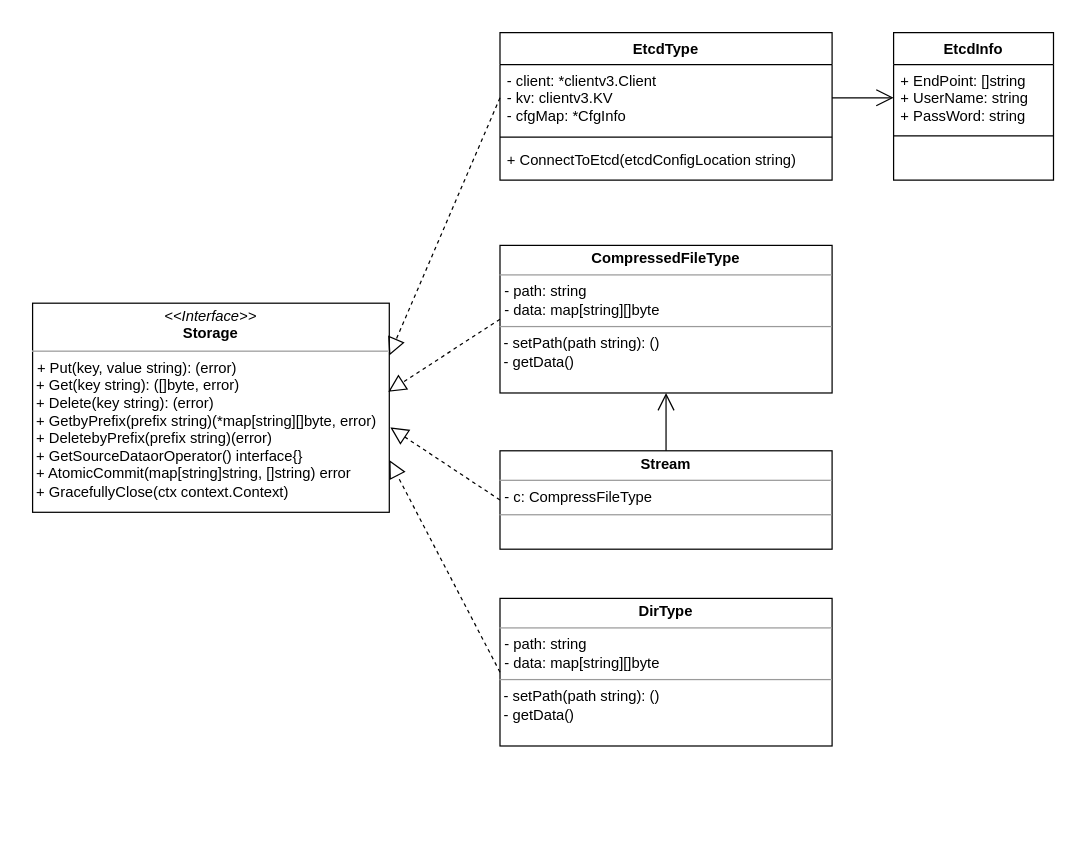
Earlier version of the draw.io diagram page "存储模块" (2 of 18) of docs/details/drawiofiles/概设原始图.drawio (dalgorithm-bastar/configer). Source tidied: cells renumbered, new cells numbered last; positions are measured from the earlier drawing's top-left corner, leaving out a move shared by most shapes. Both pictures are drawn from the tidied source at 123%, with x=0, y=0 at pixel (32, 32).
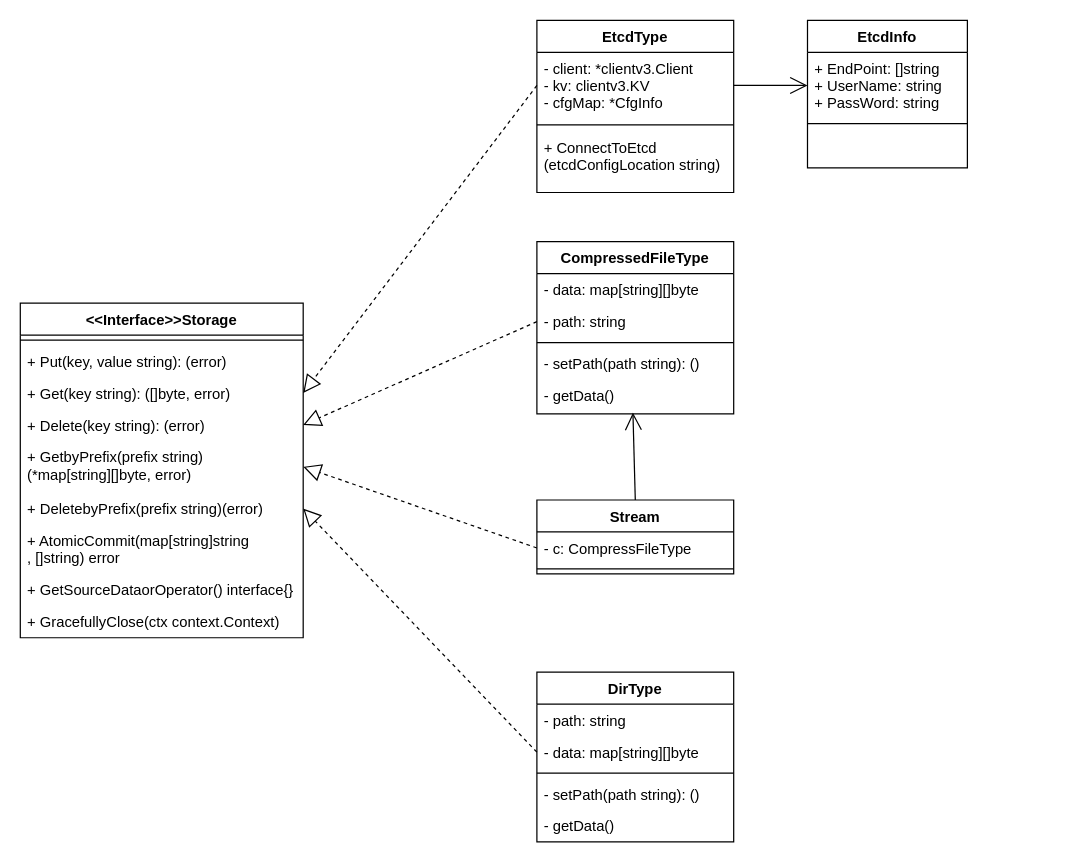
Above is the later version.

Change to the diagram source:
```diff
@@
     <mxCell id="2" value="EtcdType" style="swimlane;fontStyle=1;align=center;verticalAlign=top;horizontal=1;startSize=26;" parent="1" vertex="1">
-      <mxGeometry x="380" width="270" height="120" as="geometry" />
+      <mxGeometry x="410" y="-10" width="160" height="140" as="geometry" />
     </mxCell>
     <mxCell id="3" value="- client: *clientv3.Client&#10;- kv: clientv3.KV &#10;- cfgMap: *CfgInfo" style="text;strokeColor=none;fillColor=none;align=left;verticalAlign=top;spacingLeft=4;spacingRight=4;overflow=hidden;points=[[0,0.5],[1,0.5]];portConstraint=eastwest;" parent="2" vertex="1">
-      <mxGeometry y="26" width="270" height="54" as="geometry" />
+      <mxGeometry y="26" width="160" height="54" as="geometry" />
     </mxCell>
     <mxCell id="4" style="line;strokeWidth=1;fillColor=none;align=left;verticalAlign=middle;spacingTop=-1;spacingLeft=3;spacingRight=3;labelPosition=right;" parent="2" vertex="1">
-      <mxGeometry y="80" width="270" height="10" as="geometry" />
+      <mxGeometry y="80" width="160" height="10" as="geometry" />
     </mxCell>
-    <mxCell id="5" value="+ ConnectToEtcd(etcdConfigLocation string)" style="text;strokeColor=none;fillColor=none;align=left;verticalAlign=top;spacingLeft=4;spacingRight=4;overflow=hidden;" parent="2" vertex="1">
-      <mxGeometry y="90" width="270" height="30" as="geometry" />
+    <mxCell id="5" value="+ ConnectToEtcd&#10;(etcdConfigLocation string)" style="text;strokeColor=none;fillColor=none;align=left;verticalAlign=top;spacingLeft=4;spacingRight=4;overflow=hidden;" parent="2" vertex="1">
+      <mxGeometry y="90" width="160" height="50" as="geometry" />
     </mxCell>
     <mxCell id="6" value="EtcdInfo" style="swimlane;fontStyle=1;align=center;verticalAlign=top;horizontal=1;startSize=26;" parent="1" vertex="1">
-      <mxGeometry x="700" width="130" height="120" as="geometry" />
+      <mxGeometry x="630" y="-10" width="130" height="120" as="geometry" />
     </mxCell>
@@
-    <mxCell id="11" value="&lt;p style=&quot;margin: 0px ; margin-top: 4px ; text-align: center&quot;&gt;&lt;i&gt;&amp;lt;&amp;lt;Interface&amp;gt;&amp;gt;&lt;/i&gt;&lt;br&gt;&lt;b&gt;Storage&lt;/b&gt;&lt;/p&gt;&lt;hr size=&quot;1&quot;&gt;&lt;p style=&quot;margin: 0px ; margin-left: 4px&quot;&gt;+ Put(key, value string): (error)&lt;br&gt;&lt;/p&gt;&amp;nbsp;+ Get(key string): ([]byte, error)&lt;br&gt;&amp;nbsp;+ Delete(key string): (error)&lt;br&gt;&amp;nbsp;+ GetbyPrefix(prefix string)(*map[string][]byte, error)&lt;br&gt;&amp;nbsp;+ DeletebyPrefix(prefix string)(error)&lt;br&gt;&lt;span&gt;&amp;nbsp;+ GetSourceDataorOperator&lt;/span&gt;&lt;span&gt;() &lt;/span&gt;&lt;span&gt;interface&lt;/span&gt;&lt;span&gt;{}&lt;br&gt;&lt;/span&gt;&lt;span&gt;&amp;nbsp;+ AtomicCommit&lt;/span&gt;&lt;span&gt;(&lt;/span&gt;&lt;span&gt;map&lt;/span&gt;&lt;span&gt;[&lt;/span&gt;&lt;span&gt;string&lt;/span&gt;&lt;span&gt;]&lt;/span&gt;&lt;span&gt;string, &lt;/span&gt;&lt;span&gt;[]&lt;/span&gt;&lt;span&gt;string&lt;/span&gt;&lt;span&gt;) &lt;/span&gt;&lt;span&gt;error&lt;br&gt;&lt;/span&gt;&lt;span&gt;&amp;nbsp;+ GracefullyClose&lt;/span&gt;&lt;span&gt;(ctx &lt;/span&gt;&lt;span&gt;context&lt;/span&gt;&lt;span&gt;.&lt;/span&gt;&lt;span&gt;Context&lt;/span&gt;&lt;span&gt;)&lt;/span&gt;&lt;span&gt;&lt;br&gt;&lt;/span&gt;" style="verticalAlign=top;align=left;overflow=fill;fontSize=12;fontFamily=Helvetica;html=1;" parent="1" vertex="1">
-      <mxGeometry y="220" width="290" height="170" as="geometry" />
-    </mxCell>
-    <mxCell id="12" value="&lt;p style=&quot;margin: 0px ; margin-top: 4px ; text-align: center&quot;&gt;&lt;b&gt;CompressedFileType&lt;/b&gt;&lt;/p&gt;&lt;hr size=&quot;1&quot;&gt;&lt;p style=&quot;margin: 0px ; margin-left: 4px&quot;&gt;- path: string&lt;/p&gt;&lt;p style=&quot;margin: 0px ; margin-left: 4px&quot;&gt;- data: map[string][]byte&lt;/p&gt;&lt;hr size=&quot;1&quot;&gt;&amp;nbsp;- setPath(path string): ()&lt;br&gt;&amp;nbsp;- getData()&lt;br&gt;&lt;p style=&quot;margin: 0px ; margin-left: 4px&quot;&gt;&lt;/p&gt;" style="verticalAlign=top;align=left;overflow=fill;fontSize=12;fontFamily=Helvetica;html=1;" parent="1" vertex="1">
-      <mxGeometry x="380" y="173" width="270" height="120" as="geometry" />
-    </mxCell>
-    <mxCell id="13" style="endArrow=block;dashed=1;endFill=0;endSize=12;html=1;exitX=0;exitY=0.5;exitDx=0;exitDy=0;entryX=0.997;entryY=0.424;entryDx=0;entryDy=0;entryPerimeter=0;" parent="1" edge="1" source="12" target="11">
+    <mxCell id="13" style="endArrow=block;dashed=1;endFill=0;endSize=12;html=1;exitX=0;exitY=0.5;exitDx=0;exitDy=0;entryX=1;entryY=0.5;entryDx=0;entryDy=0;" parent="1" edge="1" source="32" target="24">
       <mxGeometry relative="1" as="geometry" />
     </mxCell>
-    <mxCell id="14" style="endArrow=block;dashed=1;endFill=0;endSize=12;html=1;exitX=0;exitY=0.5;exitDx=0;exitDy=0;entryX=1;entryY=0.25;entryDx=0;entryDy=0;" parent="1" edge="1" source="3" target="11">
+    <mxCell id="14" style="endArrow=block;dashed=1;endFill=0;endSize=12;html=1;exitX=0;exitY=0.5;exitDx=0;exitDy=0;entryX=1;entryY=0.5;entryDx=0;entryDy=0;" parent="1" edge="1" source="3" target="23">
       <mxGeometry relative="1" as="geometry" />
     </mxCell>
-    <mxCell id="15" value="&lt;p style=&quot;margin: 0px ; margin-top: 4px ; text-align: center&quot;&gt;&lt;b&gt;Stream&lt;/b&gt;&lt;/p&gt;&lt;hr size=&quot;1&quot;&gt;&lt;p style=&quot;margin: 0px ; margin-left: 4px&quot;&gt;- c: CompressFileType&lt;/p&gt;&lt;hr size=&quot;1&quot;&gt;&amp;nbsp;&lt;br&gt;&lt;p style=&quot;margin: 0px ; margin-left: 4px&quot;&gt;&lt;/p&gt;" style="verticalAlign=top;align=left;overflow=fill;fontSize=12;fontFamily=Helvetica;html=1;" parent="1" vertex="1">
-      <mxGeometry x="380" y="340" width="270" height="80" as="geometry" />
-    </mxCell>
-    <mxCell id="16" style="endArrow=block;dashed=1;endFill=0;endSize=12;html=1;exitX=0;exitY=0.5;exitDx=0;exitDy=0;entryX=1.003;entryY=0.594;entryDx=0;entryDy=0;entryPerimeter=0;" parent="1" edge="1" source="15" target="11">
+    <mxCell id="16" style="endArrow=block;dashed=1;endFill=0;endSize=12;html=1;exitX=0;exitY=0.5;exitDx=0;exitDy=0;entryX=1;entryY=0.5;entryDx=0;entryDy=0;" parent="1" edge="1" source="37" target="25">
       <mxGeometry relative="1" as="geometry" />
     </mxCell>
-    <mxCell id="17" style="endArrow=open;endFill=1;endSize=12;html=1;entryX=0.5;entryY=1;entryDx=0;entryDy=0;exitX=0.5;exitY=0;exitDx=0;exitDy=0;" parent="1" edge="1" source="15" target="12">
+    <mxCell id="17" style="endArrow=open;endFill=1;endSize=12;html=1;exitX=0.5;exitY=0;exitDx=0;exitDy=0;entryX=0.488;entryY=0.964;entryDx=0;entryDy=0;entryPerimeter=0;" parent="1" edge="1" source="36" target="35">
       <mxGeometry relative="1" as="geometry" />
     </mxCell>
-    <mxCell id="18" value="&lt;p style=&quot;margin: 0px ; margin-top: 4px ; text-align: center&quot;&gt;&lt;b&gt;DirType&lt;/b&gt;&lt;/p&gt;&lt;hr size=&quot;1&quot;&gt;&lt;p style=&quot;margin: 0px ; margin-left: 4px&quot;&gt;- path: string&lt;/p&gt;&lt;p style=&quot;margin: 0px ; margin-left: 4px&quot;&gt;- data: map[string][]byte&lt;/p&gt;&lt;hr size=&quot;1&quot;&gt;&amp;nbsp;- setPath(path string): ()&lt;br&gt;&amp;nbsp;- getData()&lt;br&gt;&lt;p style=&quot;margin: 0px ; margin-left: 4px&quot;&gt;&lt;/p&gt;" style="verticalAlign=top;align=left;overflow=fill;fontSize=12;fontFamily=Helvetica;html=1;" parent="1" vertex="1">
-      <mxGeometry x="380" y="460" width="270" height="120" as="geometry" />
-    </mxCell>
-    <mxCell id="19" style="endArrow=block;dashed=1;endFill=0;endSize=12;html=1;exitX=0;exitY=0.5;exitDx=0;exitDy=0;entryX=1;entryY=0.75;entryDx=0;entryDy=0;" parent="1" edge="1" source="18" target="11">
+    <mxCell id="19" style="endArrow=block;dashed=1;endFill=0;endSize=12;html=1;exitX=0;exitY=0.5;exitDx=0;exitDy=0;entryX=1;entryY=0.5;entryDx=0;entryDy=0;" parent="1" edge="1" source="41" target="26">
       <mxGeometry relative="1" as="geometry" />
     </mxCell>
+    <mxCell id="20" value="&lt;&lt;Interface&gt;&gt;Storage" style="swimlane;fontStyle=1;align=center;verticalAlign=top;horizontal=1;startSize=26;html=0;" parent="1" vertex="1">
+      <mxGeometry x="-10" y="220" width="230" height="272" as="geometry" />
+    </mxCell>
+    <mxCell id="21" style="line;strokeWidth=1;fillColor=none;align=left;verticalAlign=middle;spacingTop=-1;spacingLeft=3;spacingRight=3;labelPosition=right;" parent="20" vertex="1">
+      <mxGeometry y="26" width="230" height="8" as="geometry" />
+    </mxCell>
+    <mxCell id="22" value="+ Put(key, value string): (error)&#10;" style="text;strokeColor=none;fillColor=none;align=left;verticalAlign=top;spacingLeft=4;spacingRight=4;overflow=hidden;" parent="20" vertex="1">
+      <mxGeometry y="34" width="230" height="26" as="geometry" />
+    </mxCell>
+    <mxCell id="23" value="+ Get(key string): ([]byte, error)" style="text;strokeColor=none;fillColor=none;align=left;verticalAlign=top;spacingLeft=4;spacingRight=4;overflow=hidden;points=[[0,0.5],[1,0.5]];portConstraint=eastwest;" parent="20" vertex="1">
+      <mxGeometry y="60" width="230" height="26" as="geometry" />
+    </mxCell>
+    <mxCell id="24" value="+ Delete(key string): (error)" style="text;strokeColor=none;fillColor=none;align=left;verticalAlign=top;spacingLeft=4;spacingRight=4;overflow=hidden;points=[[0,0.5],[1,0.5]];portConstraint=eastwest;" parent="20" vertex="1">
+      <mxGeometry y="86" width="230" height="26" as="geometry" />
+    </mxCell>
+    <mxCell id="25" value="+ GetbyPrefix(prefix string)&#10;(*map[string][]byte, error)" style="text;strokeColor=none;fillColor=none;align=left;verticalAlign=top;spacingLeft=4;spacingRight=4;overflow=hidden;points=[[0,0.5],[1,0.5]];portConstraint=eastwest;" parent="20" vertex="1">
+      <mxGeometry y="112" width="230" height="42" as="geometry" />
+    </mxCell>
+    <mxCell id="26" value="+ DeletebyPrefix(prefix string)(error)" style="text;strokeColor=none;fillColor=none;align=left;verticalAlign=top;spacingLeft=4;spacingRight=4;overflow=hidden;points=[[0,0.5],[1,0.5]];portConstraint=eastwest;" parent="20" vertex="1">
+      <mxGeometry y="154" width="230" height="26" as="geometry" />
+    </mxCell>
+    <mxCell id="27" value="+ AtomicCommit(map[string]string&#10;, []string) error" style="text;strokeColor=none;fillColor=none;align=left;verticalAlign=top;spacingLeft=4;spacingRight=4;overflow=hidden;" parent="20" vertex="1">
+      <mxGeometry y="180" width="230" height="40" as="geometry" />
+    </mxCell>
+    <mxCell id="28" value="+ GetSourceDataorOperator() interface{}" style="text;strokeColor=none;fillColor=none;align=left;verticalAlign=top;spacingLeft=4;spacingRight=4;overflow=hidden;" parent="20" vertex="1">
+      <mxGeometry y="220" width="230" height="26" as="geometry" />
+    </mxCell>
+    <mxCell id="29" value="+ GracefullyClose(ctx context.Context)" style="text;strokeColor=none;fillColor=none;align=left;verticalAlign=top;spacingLeft=4;spacingRight=4;overflow=hidden;" parent="20" vertex="1">
+      <mxGeometry y="246" width="230" height="26" as="geometry" />
+    </mxCell>
+    <mxCell id="30" value="CompressedFileType" style="swimlane;fontStyle=1;align=center;verticalAlign=top;horizontal=1;startSize=26;html=0;" parent="1" vertex="1">
+      <mxGeometry x="410" y="170" width="160" height="140" as="geometry" />
+    </mxCell>
+    <mxCell id="31" value="- data: map[string][]byte" style="text;strokeColor=none;fillColor=none;align=left;verticalAlign=top;spacingLeft=4;spacingRight=4;overflow=hidden;" parent="30" vertex="1">
+      <mxGeometry y="26" width="160" height="26" as="geometry" />
+    </mxCell>
+    <mxCell id="32" value="- path: string" style="text;strokeColor=none;fillColor=none;align=left;verticalAlign=top;spacingLeft=4;spacingRight=4;overflow=hidden;points=[[0,0.5],[1,0.5]];portConstraint=eastwest;" parent="30" vertex="1">
+      <mxGeometry y="52" width="160" height="26" as="geometry" />
+    </mxCell>
+    <mxCell id="33" style="line;strokeWidth=1;fillColor=none;align=left;verticalAlign=middle;spacingTop=-1;spacingLeft=3;spacingRight=3;labelPosition=right;" parent="30" vertex="1">
+      <mxGeometry y="78" width="160" height="8" as="geometry" />
+    </mxCell>
+    <mxCell id="34" value="- setPath(path string): ()" style="text;strokeColor=none;fillColor=none;align=left;verticalAlign=top;spacingLeft=4;spacingRight=4;overflow=hidden;" parent="30" vertex="1">
+      <mxGeometry y="86" width="160" height="26" as="geometry" />
+    </mxCell>
+    <mxCell id="35" value="- getData()" style="text;strokeColor=none;fillColor=none;align=left;verticalAlign=top;spacingLeft=4;spacingRight=4;overflow=hidden;points=[[0,0.5],[1,0.5]];portConstraint=eastwest;" parent="30" vertex="1">
+      <mxGeometry y="112" width="160" height="28" as="geometry" />
+    </mxCell>
+    <mxCell id="36" value="Stream&#10;&#10;" style="swimlane;fontStyle=1;align=center;verticalAlign=top;horizontal=1;startSize=26;html=0;" parent="1" vertex="1">
+      <mxGeometry x="410" y="380" width="160" height="60" as="geometry" />
+    </mxCell>
+    <mxCell id="37" value="- c: CompressFileType" style="text;strokeColor=none;fillColor=none;align=left;verticalAlign=top;spacingLeft=4;spacingRight=4;overflow=hidden;points=[[0,0.5],[1,0.5]];portConstraint=eastwest;" parent="36" vertex="1">
+      <mxGeometry y="26" width="160" height="26" as="geometry" />
+    </mxCell>
+    <mxCell id="38" style="line;strokeWidth=1;fillColor=none;align=left;verticalAlign=middle;spacingTop=-1;spacingLeft=3;spacingRight=3;labelPosition=right;" parent="36" vertex="1">
+      <mxGeometry y="52" width="160" height="8" as="geometry" />
+    </mxCell>
+    <mxCell id="39" value="DirType" style="swimlane;fontStyle=1;align=center;verticalAlign=top;horizontal=1;startSize=26;html=0;" parent="1" vertex="1">
+      <mxGeometry x="410" y="520" width="160" height="138" as="geometry" />
+    </mxCell>
+    <mxCell id="40" value="- path: string" style="text;strokeColor=none;fillColor=none;align=left;verticalAlign=top;spacingLeft=4;spacingRight=4;overflow=hidden;" parent="39" vertex="1">
+      <mxGeometry y="26" width="160" height="26" as="geometry" />
+    </mxCell>
+    <mxCell id="41" value="- data: map[string][]byte" style="text;strokeColor=none;fillColor=none;align=left;verticalAlign=top;spacingLeft=4;spacingRight=4;overflow=hidden;points=[[0,0.5],[1,0.5]];portConstraint=eastwest;" parent="39" vertex="1">
+      <mxGeometry y="52" width="160" height="26" as="geometry" />
+    </mxCell>
+    <mxCell id="42" style="line;strokeWidth=1;fillColor=none;align=left;verticalAlign=middle;spacingTop=-1;spacingLeft=3;spacingRight=3;labelPosition=right;" parent="39" vertex="1">
+      <mxGeometry y="78" width="160" height="8" as="geometry" />
+    </mxCell>
+    <mxCell id="43" value="- setPath(path string): ()" style="text;strokeColor=none;fillColor=none;align=left;verticalAlign=top;spacingLeft=4;spacingRight=4;overflow=hidden;" parent="39" vertex="1">
+      <mxGeometry y="86" width="160" height="26" as="geometry" />
+    </mxCell>
+    <mxCell id="44" value="- getData()" style="text;strokeColor=none;fillColor=none;align=left;verticalAlign=top;spacingLeft=4;spacingRight=4;overflow=hidden;" parent="39" vertex="1">
+      <mxGeometry y="112" width="160" height="26" as="geometry" />
+    </mxCell>
```
